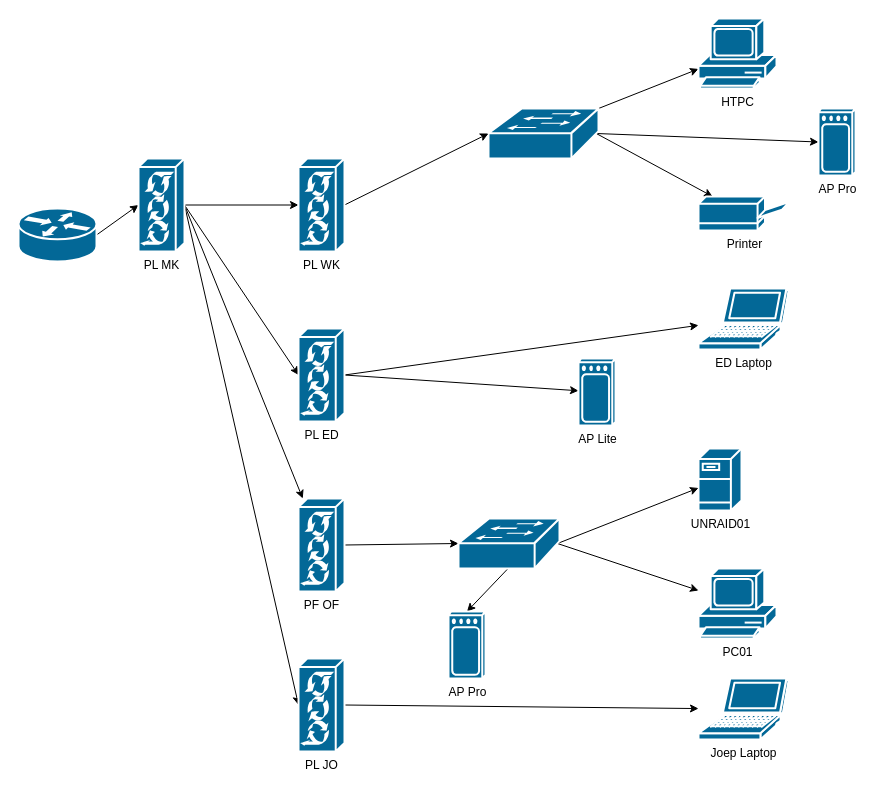
ghoztnl81/dockercicd keeps this draw.io diagram as Untitled Diagram.drawio. Above is the earlier version. Source tidied: cells renumbered, new cells numbered last; positions are measured from the earlier drawing's top-left corner, leaving out a move shared by most shapes. Both pictures are drawn from the tidied source at 100%, with x=0, y=0 at pixel (18, 18).
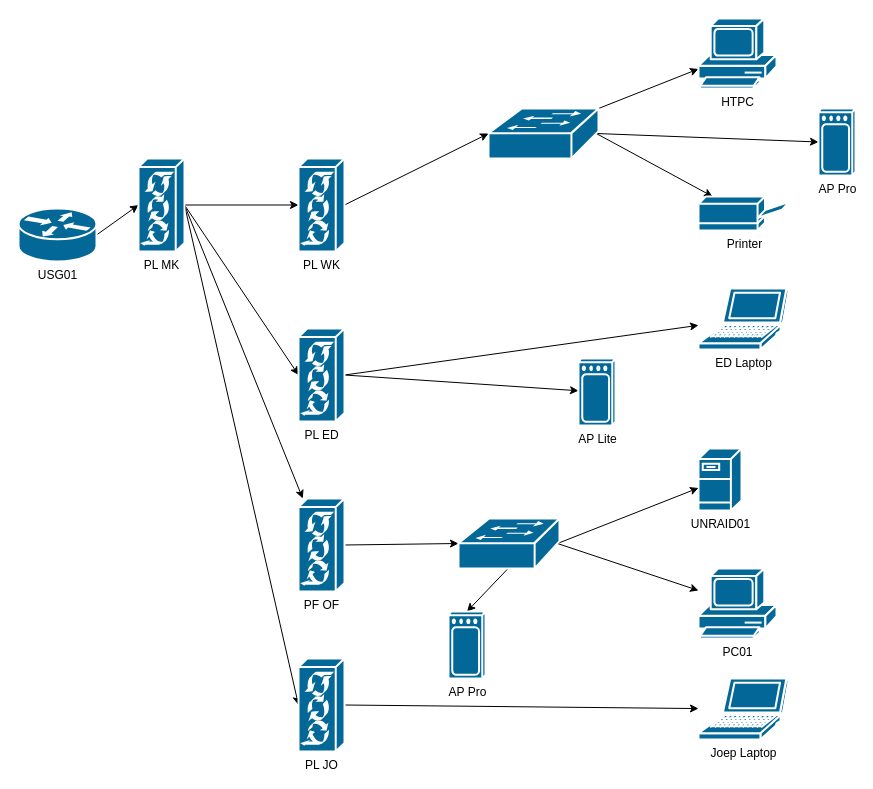
The same page after the edit.

Diff of the diagram source:
```diff
@@
-    <mxCell id="3" style="shape=mxgraph.cisco.routers.router;html=1;dashed=0;fillColor=#036897;strokeColor=#ffffff;strokeWidth=2;verticalLabelPosition=bottom;verticalAlign=top;align=center;outlineConnect=0;" parent="1" vertex="1">
+    <mxCell id="3" value="USG01" style="shape=mxgraph.cisco.routers.router;html=1;dashed=0;fillColor=#036897;strokeColor=#ffffff;strokeWidth=2;verticalLabelPosition=bottom;verticalAlign=top;align=center;outlineConnect=0;" parent="1" vertex="1">
       <mxGeometry y="190" width="78" height="53" as="geometry" />
     </mxCell>
```
